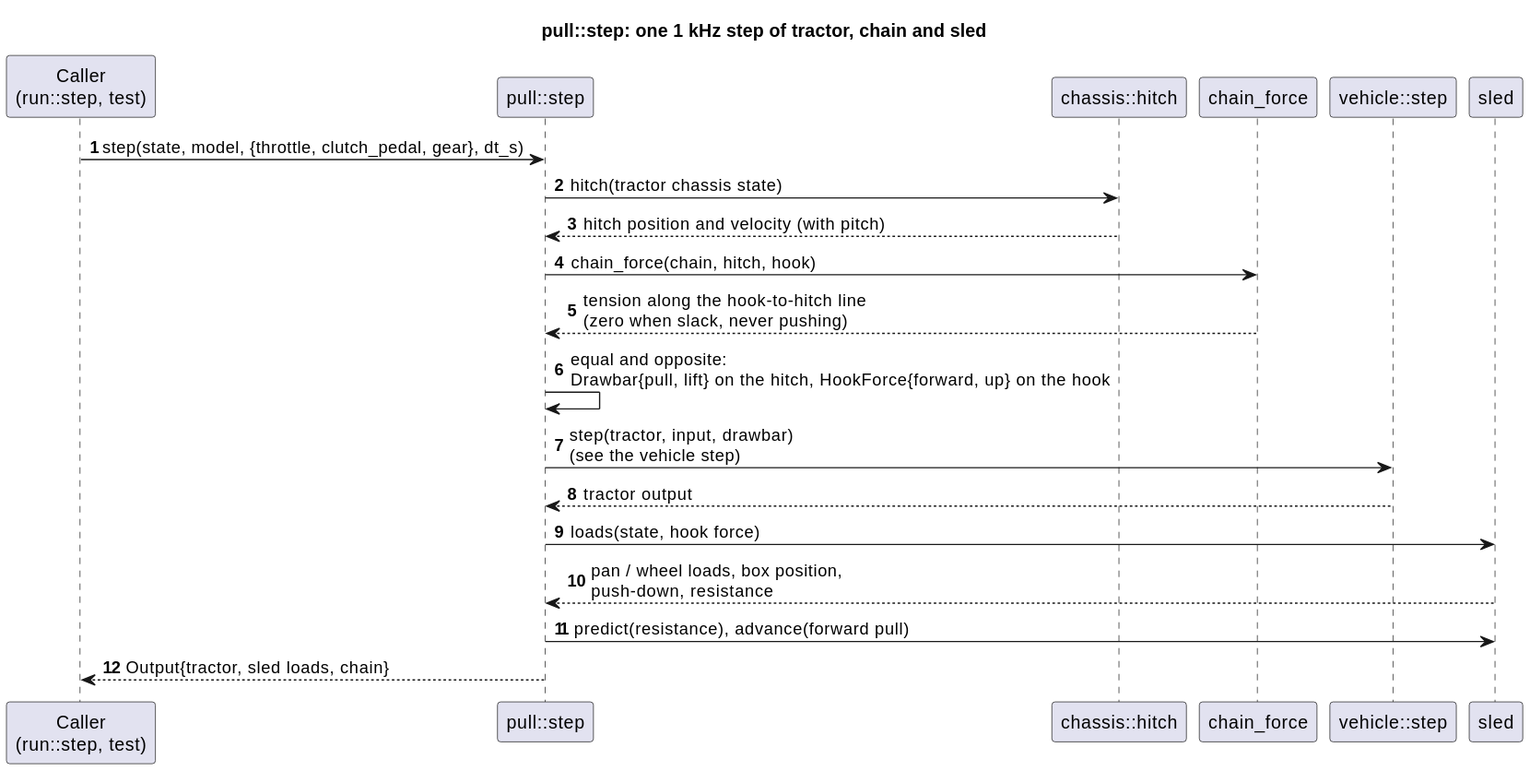
Above: docs/diagrams/svg/pull_step_sequence.svg in wversteeg/TractorPulling (PlantUML), before the change.
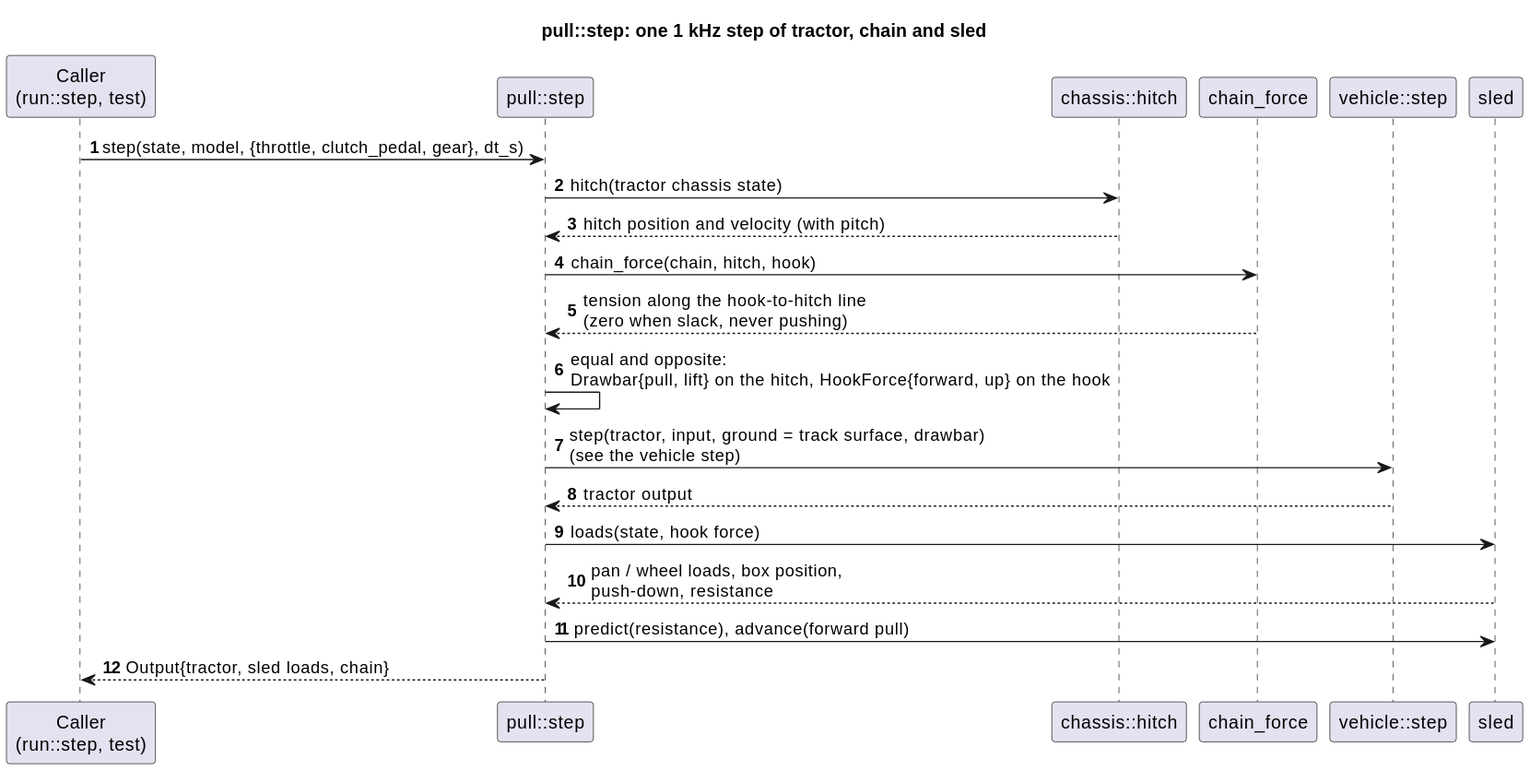
After the commit.

Diff of the diagram source:
```diff
@@ -14,7 +14,7 @@
 Step -> Chain : chain_force(chain, hitch, hook)
 Chain --> Step : tension along the hook-to-hitch line\n(zero when slack, never pushing)
 Step -> Step : equal and opposite:\nDrawbar{pull, lift} on the hitch, HookForce{forward, up} on the hook
-Step -> Vehicle : step(tractor, input, drawbar)\n(see the vehicle step)
+Step -> Vehicle : step(tractor, input, ground = track surface, drawbar)\n(see the vehicle step)
 Vehicle --> Step : tractor output
 Step -> Sled : loads(state, hook force)
 Sled --> Step : pan / wheel loads, box position,\npush-down, resistance
```
